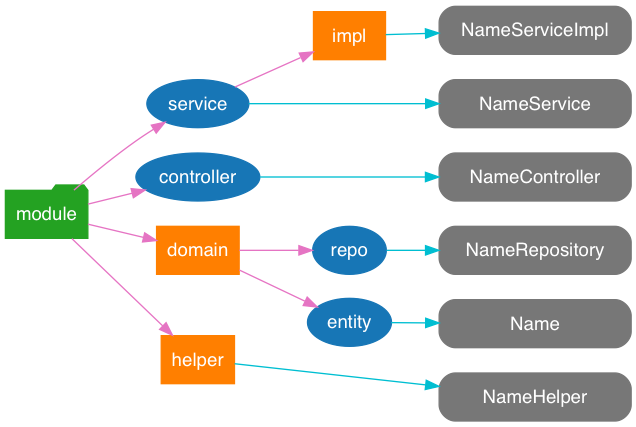
Above: static/image/2019/07/spring-mvc-module.png in Jeanhwea/jeanhwea.github.io (Graphviz), before the change. Its source is kept beside it as static/image/2019/07/spring-mvc-module.dot.
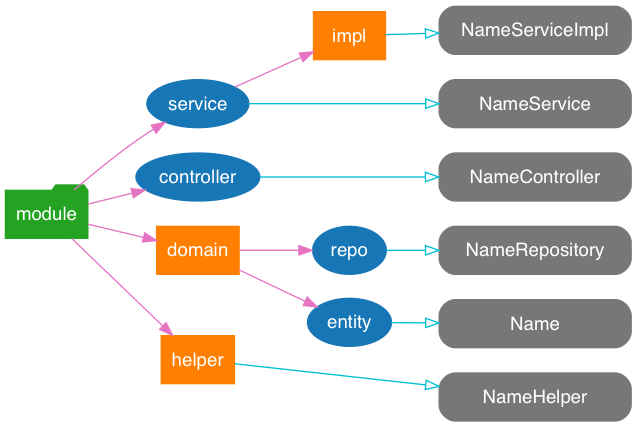
Above is the later version.

The edit, as a diff of the source:
```diff
@@ -1,5 +1,5 @@
 digraph G {
-  rankdir="LR"
+  rankdir="LR"; compound=true;
 
   node [shape=folder, style=filled, color="#24a222", fontcolor="white", fontname="Helvetia"];
   module;
@@ -36,7 +36,7 @@
     NameHelper;
   }
 
-  edge [shape=dot, style=solid, color="#00bed1"];
+  edge [shape=dot, style=solid, color="#00bed1", arrowhead="empty"];
   entity -> Name;
   repository -> NameRepository;
   service -> NameService;
```
